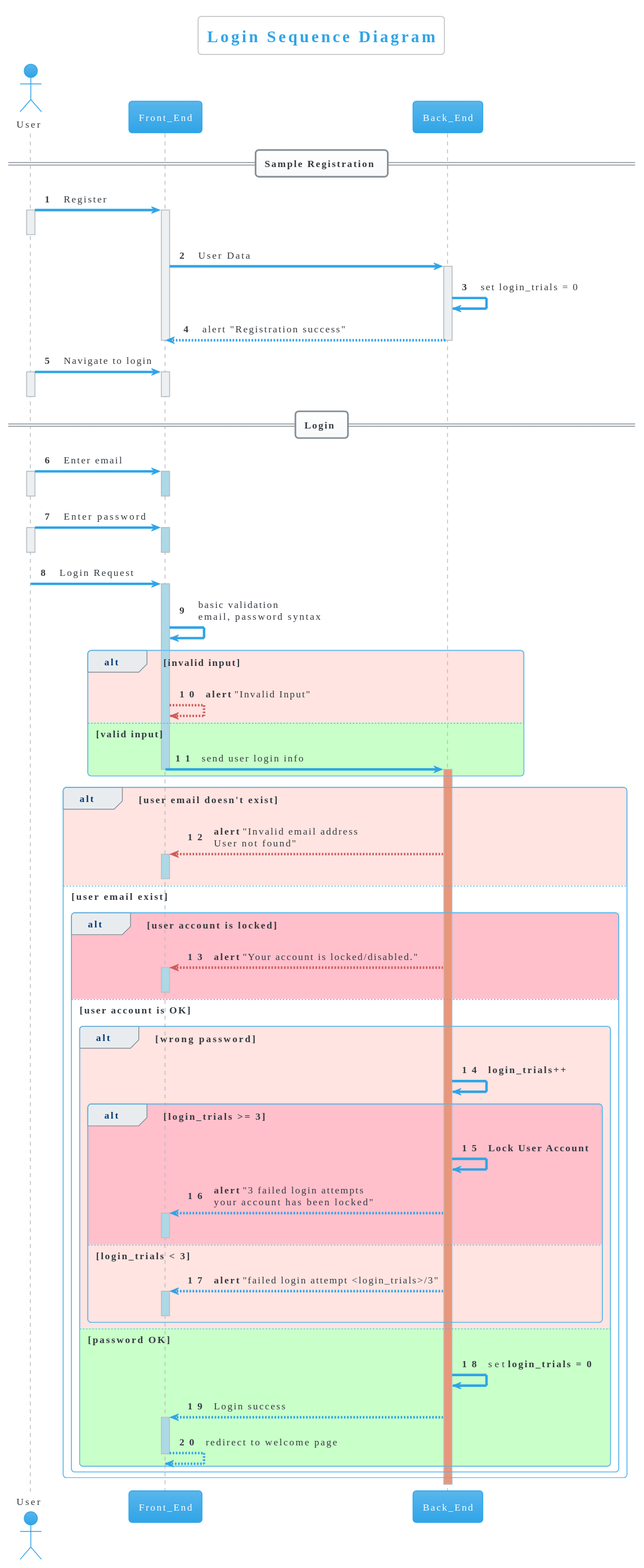
This is SWE/SWE_02_DrawYourFirstSequenceDiagram/Login_Sequence_Diagram.svg from HossamElwahsh/sprints-automotive, a PlantUML export, as it was before one commit.
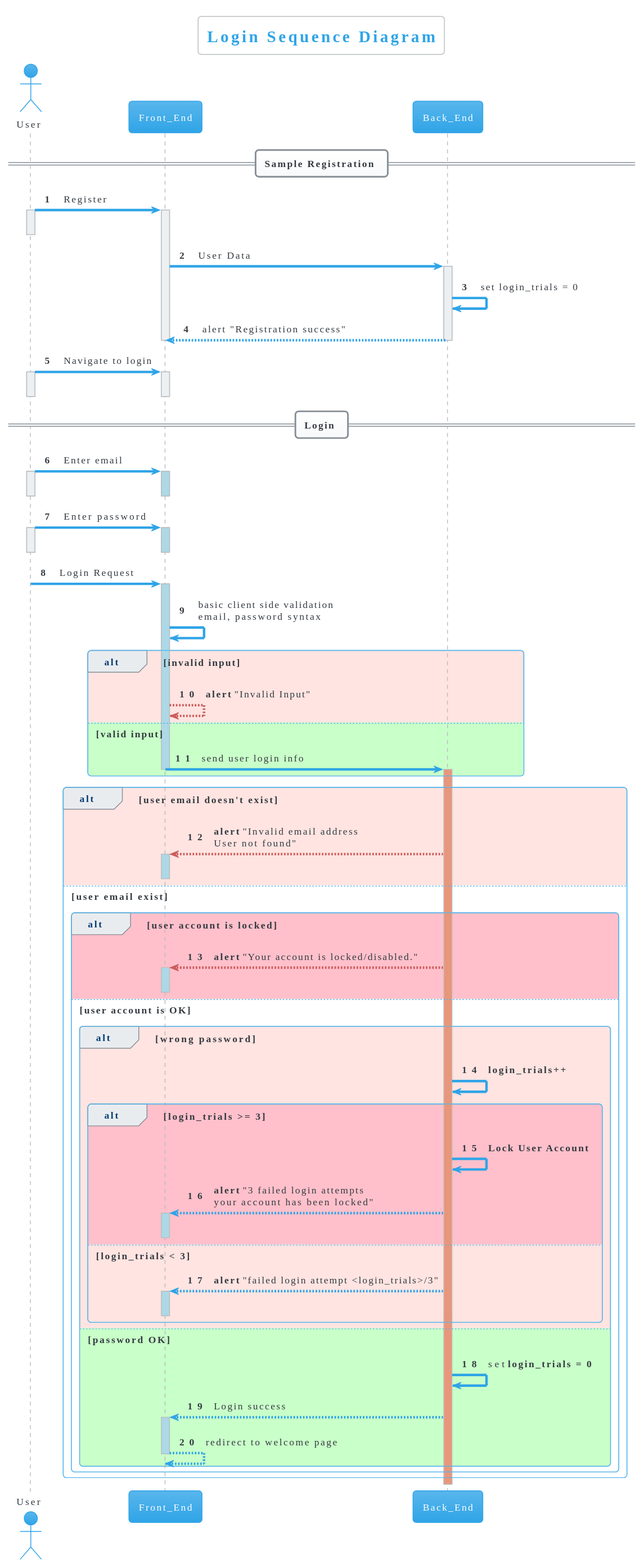
After the commit.

What changed in the source:
```diff
@@ -38,7 +38,7 @@
 
 User -> Front_End: Login Request
 activate Front_End #lightblue
-Front_End -> Front_End: basic validation\nemail, password syntax
+Front_End -> Front_End: basic client side validation\nemail, password syntax
 
 alt #mistyrose invalid input
     Front_End -[#indianred]-> Front_End: **alert** "Invalid Input"
```
